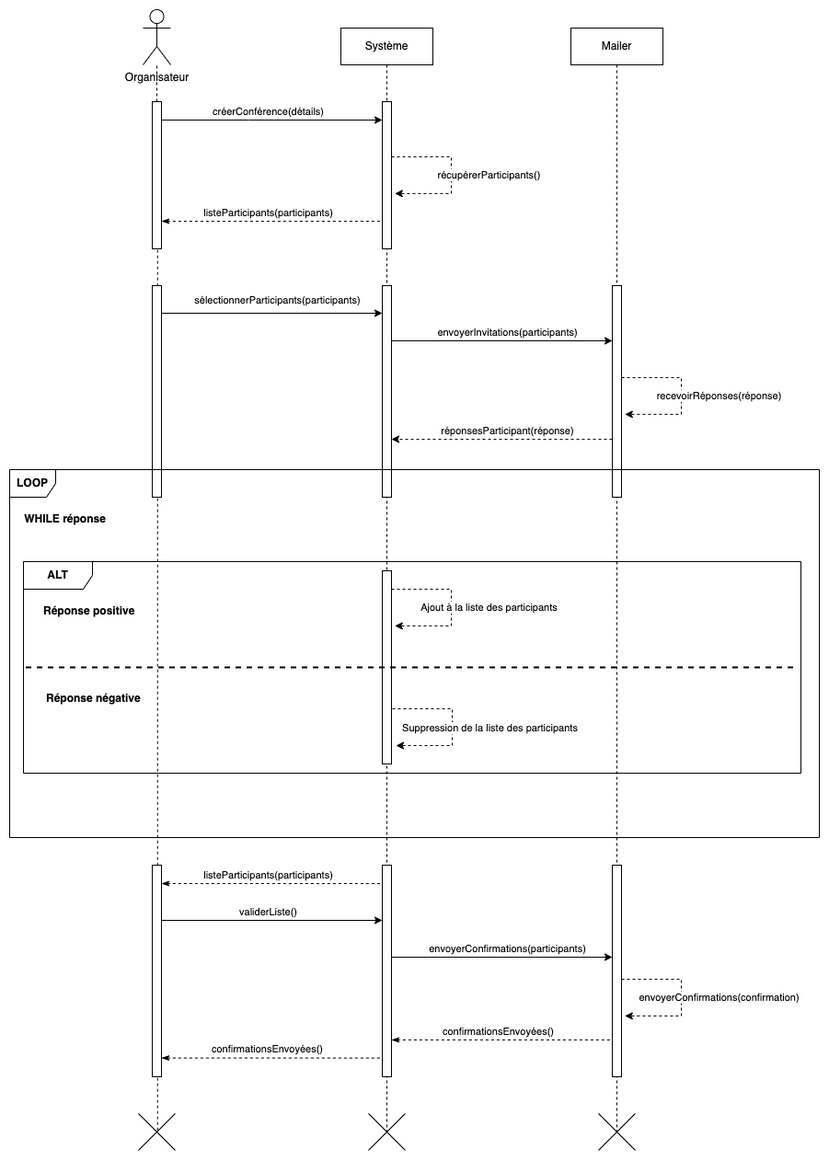
Above: UML/Exercices/Correction/04b - Diagramme de Séquence - Diagramme.png in nicolasvauchenet/cours_methodologie_1_formateur (draw.io), before the change. Source tidied: cells renumbered, new cells last; positions are measured from the earlier drawing's top-left corner, leaving out a move shared by most shapes.
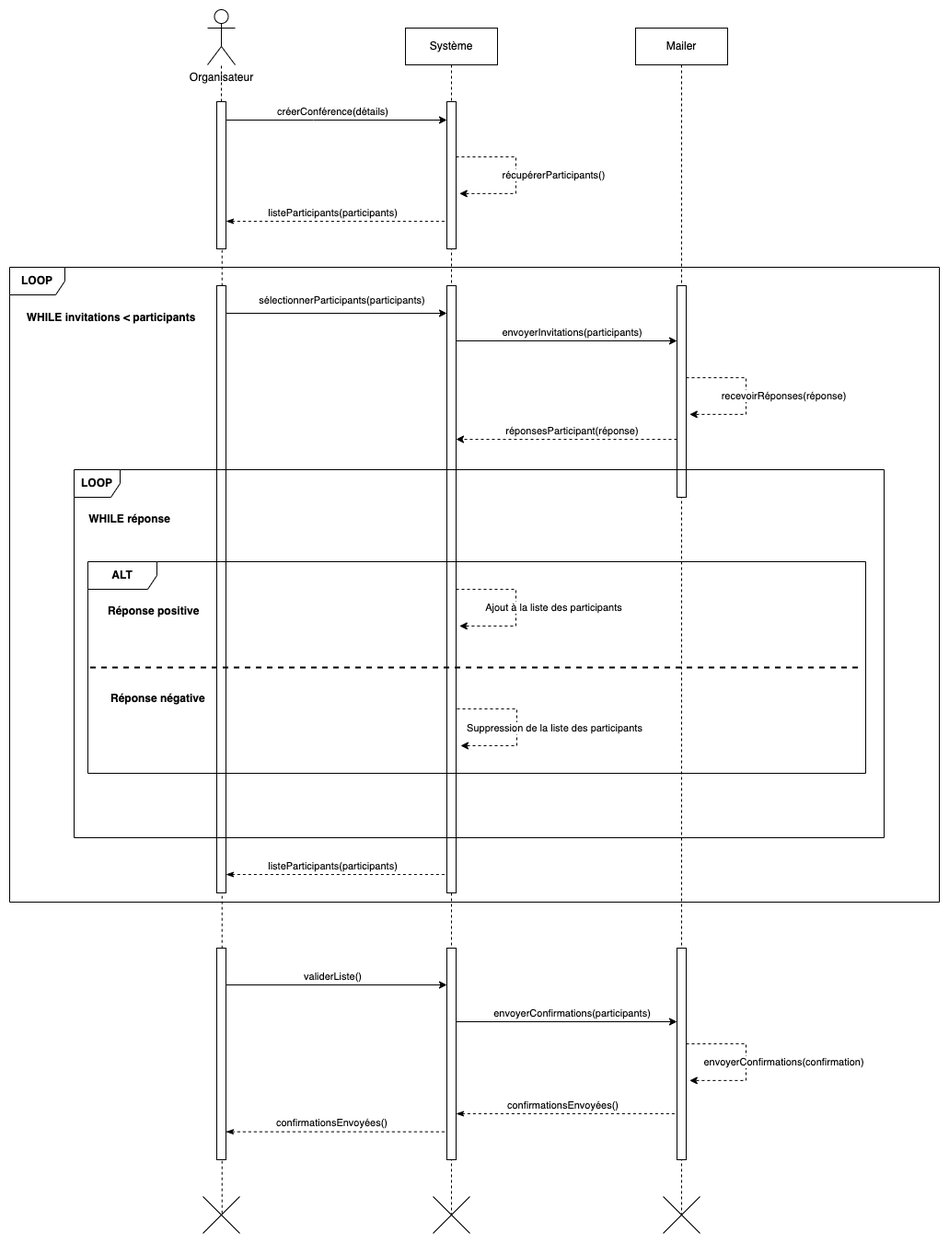
Above is the later version.

What changed in the source:
```diff
@@ -3,28 +3,25 @@
     <mxCell id="0" />
     <mxCell id="1" parent="0" />
     <mxCell id="2" value="Système" style="shape=umlLifeline;perimeter=lifelinePerimeter;whiteSpace=wrap;html=1;newEdgeStyle={&quot;edgeStyle&quot;:&quot;elbowEdgeStyle&quot;,&quot;elbow&quot;:&quot;vertical&quot;,&quot;curved&quot;:0,&quot;rounded&quot;:0};" parent="1" vertex="1">
-      <mxGeometry x="360" y="20" width="100" height="1200" as="geometry" />
+      <mxGeometry x="360" y="20" width="100" height="1290" as="geometry" />
     </mxCell>
     <mxCell id="3" style="shape=umlDestroy;dashed=0;targetShapes=umlLifeline;" parent="2" vertex="1">
-      <mxGeometry x="30" y="1180" width="40" height="40" as="geometry" />
+      <mxGeometry x="30" y="1270" width="40" height="40" as="geometry" />
     </mxCell>
-    <mxCell id="4" style="html=1;perimeter=orthogonalPerimeter;targetShapes=umlLifeline;newEdgeStyle={&quot;curved&quot;:0,&quot;rounded&quot;:0};" parent="2" vertex="1">
-      <mxGeometry x="45" y="590" width="10" height="210" as="geometry" />
-    </mxCell>
     <mxCell id="5" value="Mailer" style="shape=umlLifeline;perimeter=lifelinePerimeter;whiteSpace=wrap;html=1;newEdgeStyle={&quot;edgeStyle&quot;:&quot;elbowEdgeStyle&quot;,&quot;elbow&quot;:&quot;vertical&quot;,&quot;curved&quot;:0,&quot;rounded&quot;:0};" parent="1" vertex="1">
-      <mxGeometry x="610" y="20" width="100" height="1200" as="geometry" />
+      <mxGeometry x="610" y="20" width="100" height="1290" as="geometry" />
     </mxCell>
     <mxCell id="6" style="shape=umlDestroy;dashed=0;targetShapes=umlLifeline;" parent="5" vertex="1">
-      <mxGeometry x="30" y="1180" width="40" height="40" as="geometry" />
+      <mxGeometry x="30" y="1270" width="40" height="40" as="geometry" />
     </mxCell>
     <mxCell id="7" style="html=1;perimeter=orthogonalPerimeter;targetShapes=umlLifeline;newEdgeStyle={&quot;curved&quot;:0,&quot;rounded&quot;:0};" parent="5" vertex="1">
       <mxGeometry x="45" y="280" width="10" height="230" as="geometry" />
     </mxCell>
     <mxCell id="8" style="html=1;perimeter=orthogonalPerimeter;targetShapes=umlLifeline;newEdgeStyle={&quot;curved&quot;:0,&quot;rounded&quot;:0};" parent="5" vertex="1">
-      <mxGeometry x="45" y="910" width="10" height="230" as="geometry" />
+      <mxGeometry x="45" y="1000" width="10" height="230" as="geometry" />
     </mxCell>
     <mxCell id="9" style="shape=umlDestroy;dashed=0;targetShapes=umlLifeline;" parent="1" vertex="1">
-      <mxGeometry x="140" y="1200" width="40" height="40" as="geometry" />
+      <mxGeometry x="140" y="1290" width="40" height="40" as="geometry" />
     </mxCell>
     <mxCell id="10" value="Organisateur" style="shape=umlActor;verticalLabelPosition=bottom;verticalAlign=top;html=1;" parent="1" vertex="1">
       <mxGeometry x="145" width="30" height="60" as="geometry" />
@@ -88,7 +85,7 @@
       </mxGeometry>
     </mxCell>
     <mxCell id="21" style="html=1;perimeter=orthogonalPerimeter;targetShapes=umlLifeline;newEdgeStyle={&quot;curved&quot;:0,&quot;rounded&quot;:0};" parent="1" vertex="1">
-      <mxGeometry x="405" y="300" width="10" height="230" as="geometry" />
+      <mxGeometry x="405" y="300" width="10" height="660" as="geometry" />
     </mxCell>
     <mxCell id="22" style="edgeStyle=orthogonalEdgeStyle;rounded=0;orthogonalLoop=1;jettySize=auto;html=1;curved=0;" parent="1" edge="1">
       <mxGeometry relative="1" as="geometry">
@@ -102,7 +99,7 @@
       </mxGeometry>
     </mxCell>
     <mxCell id="24" style="html=1;perimeter=orthogonalPerimeter;targetShapes=umlLifeline;newEdgeStyle={&quot;curved&quot;:0,&quot;rounded&quot;:0};" parent="1" vertex="1">
-      <mxGeometry x="155" y="300" width="10" height="230" as="geometry" />
+      <mxGeometry x="155" y="300" width="10" height="660" as="geometry" />
     </mxCell>
     <mxCell id="25" style="edgeStyle=orthogonalEdgeStyle;rounded=0;orthogonalLoop=1;jettySize=auto;html=1;curved=0;dashed=1;" parent="1" edge="1">
       <mxGeometry relative="1" as="geometry">
@@ -178,8 +175,8 @@
     </mxCell>
     <mxCell id="38" style="edgeStyle=orthogonalEdgeStyle;rounded=0;orthogonalLoop=1;jettySize=auto;html=1;curved=0;" parent="1" edge="1">
       <mxGeometry relative="1" as="geometry">
-        <mxPoint x="415" y="1030" as="sourcePoint" />
-        <mxPoint x="655" y="1030" as="targetPoint" />
+        <mxPoint x="415" y="1100" as="sourcePoint" />
+        <mxPoint x="655" y="1100" as="targetPoint" />
       </mxGeometry>
     </mxCell>
     <mxCell id="39" value="envoyerConfirmations(participants)" style="edgeLabel;html=1;align=center;verticalAlign=middle;" parent="38" vertex="1">
@@ -188,13 +185,15 @@
       </mxGeometry>
     </mxCell>
     <mxCell id="40" style="html=1;points=[[0,0,0,0,5],[0,1,0,0,-5],[1,0,0,0,5],[1,1,0,0,-5]];perimeter=orthogonalPerimeter;outlineConnect=0;targetShapes=umlLifeline;portConstraint=eastwest;newEdgeStyle={&quot;curved&quot;:0,&quot;rounded&quot;:0};" parent="1" vertex="1">
-      <mxGeometry x="405" y="930" width="10" height="230" as="geometry" />
+      <mxGeometry x="405" y="1020" width="10" height="230" as="geometry" />
     </mxCell>
-    <mxCell id="41" style="edgeStyle=orthogonalEdgeStyle;rounded=0;jettySize=auto;html=1;curved=0;endArrow=none;endFill=0;startArrow=classicThin;startFill=1;dashed=1;" parent="1" edge="1" source="45" target="40">
+    <mxCell id="41" style="edgeStyle=orthogonalEdgeStyle;rounded=0;orthogonalLoop=1;jettySize=auto;html=1;curved=0;endArrow=none;endFill=0;startArrow=classicThin;startFill=1;dashed=1;" parent="1" edge="1">
       <mxGeometry relative="1" as="geometry">
+        <mxPoint x="165" y="940" as="sourcePoint" />
+        <mxPoint x="405" y="940" as="targetPoint" />
         <Array as="points">
-          <mxPoint x="260" y="950" />
-          <mxPoint x="260" y="950" />
+          <mxPoint x="260" y="940" />
+          <mxPoint x="260" y="940" />
         </Array>
       </mxGeometry>
     </mxCell>
@@ -205,8 +204,8 @@
     </mxCell>
     <mxCell id="43" style="edgeStyle=orthogonalEdgeStyle;rounded=0;orthogonalLoop=1;jettySize=auto;html=1;curved=0;" parent="1" edge="1">
       <mxGeometry relative="1" as="geometry">
-        <mxPoint x="165" y="990" as="sourcePoint" />
-        <mxPoint x="405" y="990" as="targetPoint" />
+        <mxPoint x="165" y="1060" as="sourcePoint" />
+        <mxPoint x="405" y="1060" as="targetPoint" />
       </mxGeometry>
     </mxCell>
     <mxCell id="44" value="validerListe()" style="edgeLabel;html=1;align=center;verticalAlign=middle;" parent="43" vertex="1">
@@ -215,15 +214,15 @@
       </mxGeometry>
     </mxCell>
     <mxCell id="45" style="html=1;points=[[0,0,0,0,5],[0,1,0,0,-5],[1,0,0,0,5],[1,1,0,0,-5]];perimeter=orthogonalPerimeter;outlineConnect=0;targetShapes=umlLifeline;portConstraint=eastwest;newEdgeStyle={&quot;curved&quot;:0,&quot;rounded&quot;:0};" parent="1" vertex="1">
-      <mxGeometry x="155" y="930" width="10" height="230" as="geometry" />
+      <mxGeometry x="155" y="1020" width="10" height="230" as="geometry" />
     </mxCell>
     <mxCell id="46" style="edgeStyle=orthogonalEdgeStyle;rounded=0;orthogonalLoop=1;jettySize=auto;html=1;curved=0;endArrow=none;endFill=0;startArrow=classicThin;startFill=1;dashed=1;" parent="1" edge="1">
       <mxGeometry relative="1" as="geometry">
-        <mxPoint x="165" y="1139.6" as="sourcePoint" />
-        <mxPoint x="405" y="1139.6" as="targetPoint" />
+        <mxPoint x="165" y="1219.6" as="sourcePoint" />
+        <mxPoint x="405" y="1219.6" as="targetPoint" />
         <Array as="points">
-          <mxPoint x="260" y="1139.6" />
-          <mxPoint x="260" y="1139.6" />
+          <mxPoint x="260" y="1219.6" />
+          <mxPoint x="260" y="1219.6" />
         </Array>
       </mxGeometry>
     </mxCell>
@@ -248,10 +247,10 @@
     </mxCell>
     <mxCell id="50" style="edgeStyle=orthogonalEdgeStyle;rounded=0;orthogonalLoop=1;jettySize=auto;html=1;curved=0;entryX=1.376;entryY=0.595;entryDx=0;entryDy=0;entryPerimeter=0;dashed=1;" parent="1" edge="1">
       <mxGeometry relative="1" as="geometry">
-        <mxPoint x="665" y="1054" as="sourcePoint" />
-        <mxPoint x="668.8" y="1093.9" as="targetPoint" />
+        <mxPoint x="665" y="1124" as="sourcePoint" />
+        <mxPoint x="668.8" y="1163.9" as="targetPoint" />
         <Array as="points">
-          <mxPoint x="730" y="1054" />
+          <mxPoint x="730" y="1124" />
         </Array>
       </mxGeometry>
     </mxCell>
@@ -262,11 +261,11 @@
     </mxCell>
     <mxCell id="52" style="edgeStyle=orthogonalEdgeStyle;rounded=0;orthogonalLoop=1;jettySize=auto;html=1;curved=0;endArrow=none;endFill=0;startArrow=classicThin;startFill=1;dashed=1;" parent="1" edge="1">
       <mxGeometry relative="1" as="geometry">
-        <mxPoint x="415" y="1120" as="sourcePoint" />
-        <mxPoint x="655" y="1120" as="targetPoint" />
+        <mxPoint x="415" y="1200" as="sourcePoint" />
+        <mxPoint x="655" y="1200" as="targetPoint" />
         <Array as="points">
-          <mxPoint x="510" y="1120" />
-          <mxPoint x="510" y="1120" />
+          <mxPoint x="510" y="1200" />
+          <mxPoint x="510" y="1200" />
         </Array>
       </mxGeometry>
     </mxCell>
@@ -275,5 +274,11 @@
         <mxPoint x="26" y="-8" as="offset" />
       </mxGeometry>
     </mxCell>
+    <mxCell id="54" value="&lt;b&gt;LOOP&lt;/b&gt;" style="shape=umlFrame;whiteSpace=wrap;html=1;" parent="1" vertex="1">
+      <mxGeometry x="-70" y="280" width="1010" height="690" as="geometry" />
+    </mxCell>
+    <mxCell id="55" value="&lt;b&gt;WHILE invitations &amp;lt; participants&lt;/b&gt;" style="text;html=1;align=center;verticalAlign=middle;strokeColor=none;fillColor=none;" parent="1" vertex="1">
+      <mxGeometry x="-65" y="320" width="210" height="30" as="geometry" />
+    </mxCell>
   </root>
 </mxGraphModel>
```
